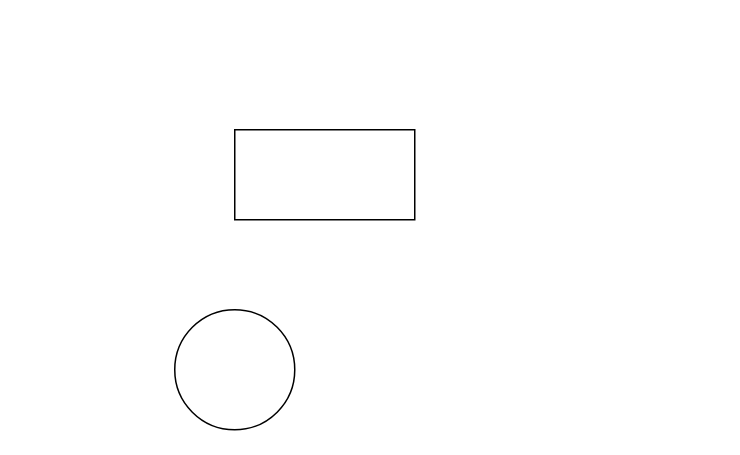
Above: 未命名绘图.drawio in fangshigithub/Draw (draw.io), before the change. Source tidied: cells renumbered, new cells numbered last; positions are measured from the earlier drawing's top-left corner, leaving out a move shared by most shapes. Both pictures are drawn from the tidied source at 150%, with x=0, y=0 at pixel (174, 129).
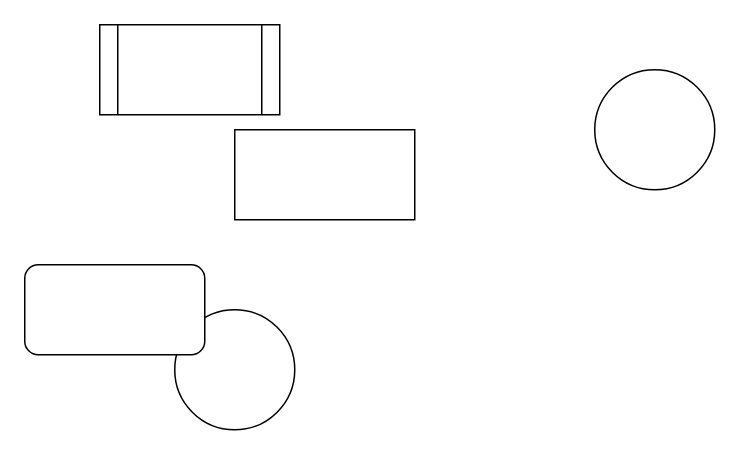
After the change.

Diff of the diagram source:
```diff
@@
 <mxGraphModel>
   <root>
     <mxCell id="0" />
     <mxCell id="1" parent="0" />
     <mxCell id="2" style="rounded=0;whiteSpace=wrap;html=1;" parent="1" vertex="1">
       <mxGeometry x="40" width="120" height="60" as="geometry" />
     </mxCell>
     <mxCell id="3" style="ellipse;whiteSpace=wrap;html=1;" parent="1" vertex="1">
       <mxGeometry y="120" width="80" height="80" as="geometry" />
     </mxCell>
+    <mxCell id="4" style="ellipse;whiteSpace=wrap;html=1;" parent="1" vertex="1">
+      <mxGeometry x="280" y="-40" width="80" height="80" as="geometry" />
+    </mxCell>
+    <mxCell id="5" style="shape=process;whiteSpace=wrap;html=1;backgroundOutline=1;" parent="1" vertex="1">
+      <mxGeometry x="-50" y="-70" width="120" height="60" as="geometry" />
+    </mxCell>
+    <mxCell id="6" style="rounded=1;whiteSpace=wrap;html=1;" parent="1" vertex="1">
+      <mxGeometry x="-100" y="90" width="120" height="60" as="geometry" />
+    </mxCell>
   </root>
 </mxGraphModel>
```
